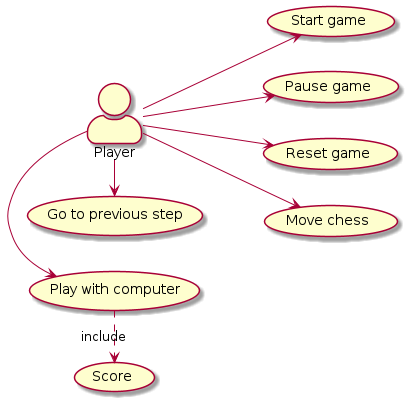
Earlier version of the PlantUML export nhom_5/docs/images/usecase-diagram.png (hoanglt1223/SET2021). Its diagram source:
```plantuml
@startuml
left to right direction
skinparam actorStyle awesome
:Player: --> (Start game)
:Player: --> (Pause game)
:Player: --> (Reset game)
:Player: --> (Move chess)
:Player: -> (Play with computer)
:Player: -> (Go to previous step)
(Play with computer) .> (Score) : include
@enduml
```
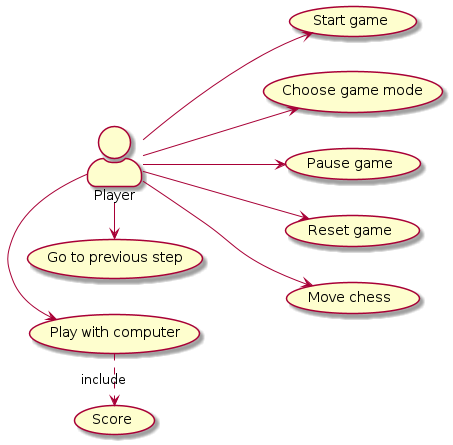
Later version of the same file.

Commit message:
nhom_5 | add UML

What changed in the source:
```diff
@@ -2,6 +2,7 @@
 left to right direction
 skinparam actorStyle awesome
 :Player: --> (Start game)
+:Player: --> (Choose game mode)
 :Player: --> (Pause game)
 :Player: --> (Reset game)
 :Player: --> (Move chess)
```
